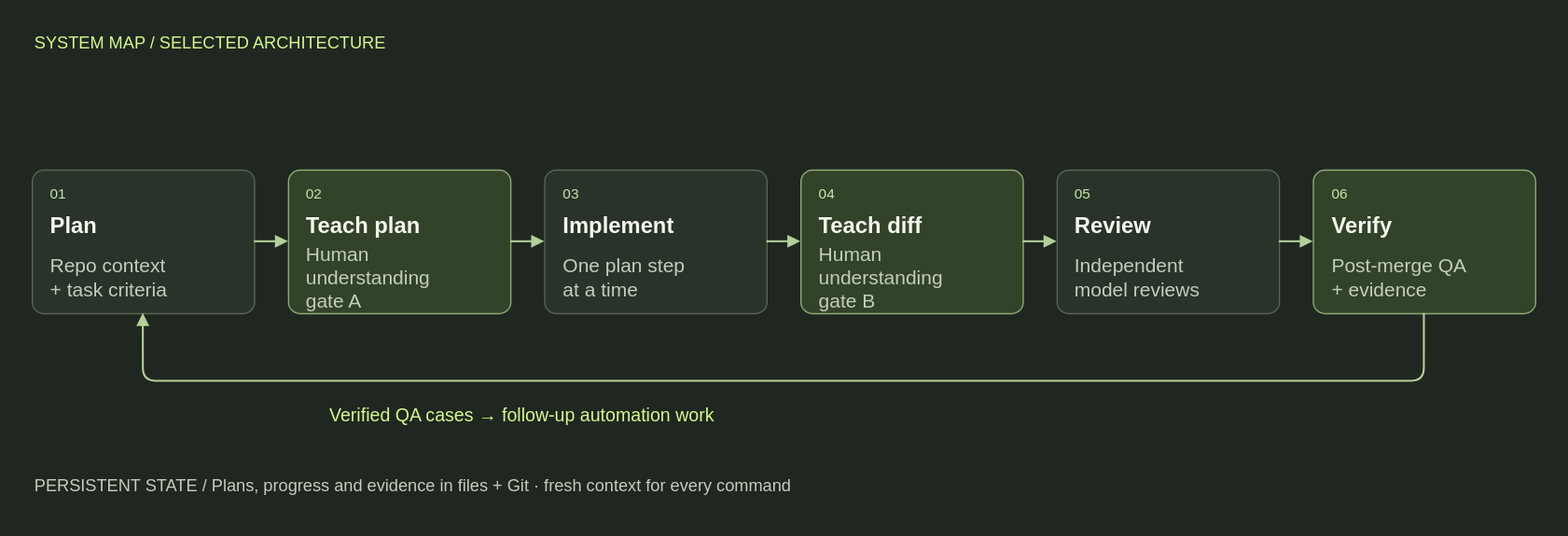
This is images/agents/workflow-technical.svg from youngfreezy/youngfreezy.github.io, a draw.io export, as it was before one commit. Source tidied: cells renumbered, new cells last; positions are measured from the earlier drawing's top-left corner, leaving out a move shared by most shapes.
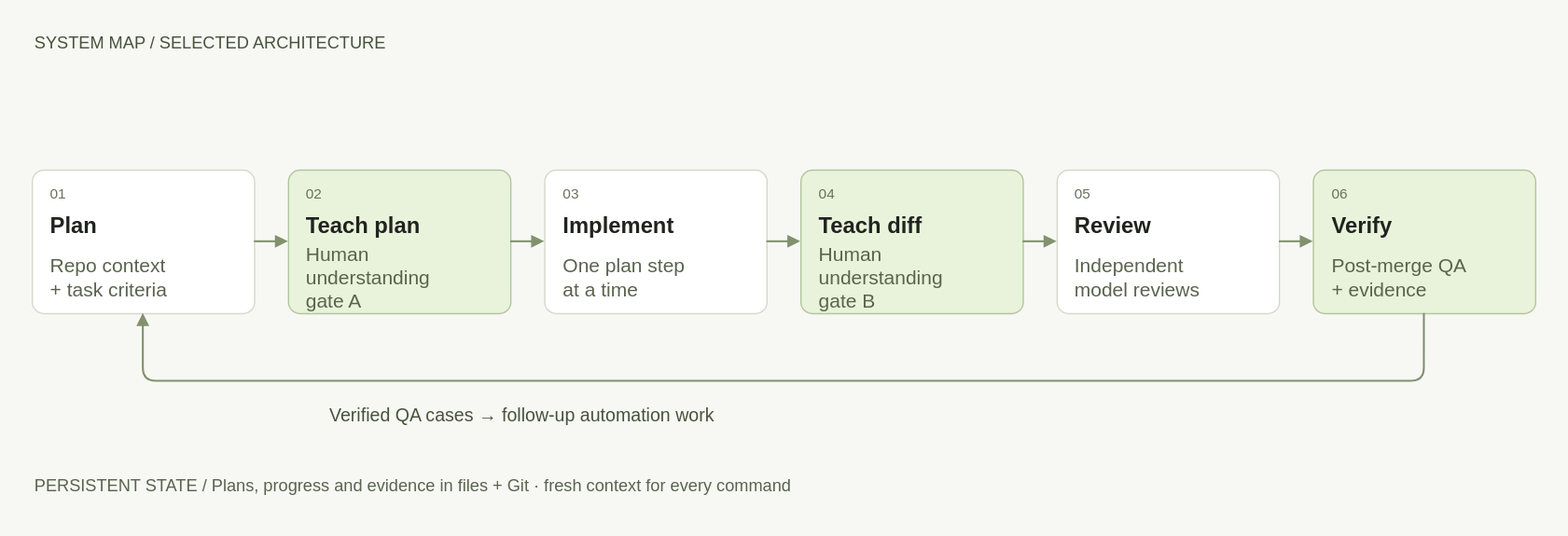
The same file after the commit.

The edit, as a diff of the source:
```diff
@@ -1,101 +1,101 @@
-<mxGraphModel background="#202720">
+<mxGraphModel background="#f7f8f4">
   <root>
     <mxCell id="0" />
     <mxCell id="1" parent="0" />
-    <mxCell id="2" style="html=1;fontFamily=Helvetica;fontColor=#f4f6ed;strokeColor=none;fillColor=#202720;" parent="1" vertex="1">
+    <mxCell id="2" style="html=1;fontFamily=Helvetica;fontColor=#20231f;strokeColor=none;fillColor=#f7f8f4;" parent="1" vertex="1">
       <mxGeometry width="1200" height="410" as="geometry" />
     </mxCell>
-    <mxCell id="3" value="SYSTEM MAP  /  SELECTED ARCHITECTURE" style="html=1;fontFamily=Helvetica;fontColor=#f4f6ed;text;whiteSpace=wrap;strokeColor=none;fillColor=none;align=left;verticalAlign=middle;fontSize=13;fontColor=#d3f993;fontStyle=0;" parent="1" vertex="1">
+    <mxCell id="3" value="SYSTEM MAP  /  SELECTED ARCHITECTURE" style="html=1;fontFamily=Helvetica;fontColor=#20231f;text;whiteSpace=wrap;strokeColor=none;fillColor=none;align=left;verticalAlign=middle;fontSize=13;fontColor=#47523b;fontStyle=0;" parent="1" vertex="1">
       <mxGeometry x="24" y="18" width="1152" height="28" as="geometry" />
     </mxCell>
-    <mxCell id="4" style="html=1;fontFamily=Helvetica;fontColor=#f4f6ed;rounded=1;arcSize=8;fillColor=#2a332a;strokeColor=#596451;strokeWidth=1;" parent="1" vertex="1">
+    <mxCell id="4" style="html=1;fontFamily=Helvetica;fontColor=#20231f;rounded=1;arcSize=8;fillColor=#ffffff;strokeColor=#d3d9ca;strokeWidth=1;" parent="1" vertex="1">
       <mxGeometry x="24" y="130" width="170.3" height="110" as="geometry" />
     </mxCell>
-    <mxCell id="5" value="01" style="html=1;fontFamily=Helvetica;fontColor=#f4f6ed;text;whiteSpace=wrap;strokeColor=none;fillColor=none;align=left;verticalAlign=middle;fontSize=11;fontColor=#c7e6a9;fontStyle=0;" parent="4" vertex="1">
+    <mxCell id="5" value="01" style="html=1;fontFamily=Helvetica;fontColor=#20231f;text;whiteSpace=wrap;strokeColor=none;fillColor=none;align=left;verticalAlign=middle;fontSize=11;fontColor=#68725c;fontStyle=0;" parent="4" vertex="1">
       <mxGeometry x="12" y="8" width="30" height="20" as="geometry" />
     </mxCell>
-    <mxCell id="6" value="Plan" style="html=1;fontFamily=Helvetica;fontColor=#f4f6ed;text;whiteSpace=wrap;strokeColor=none;fillColor=none;align=left;verticalAlign=middle;fontSize=17;fontColor=#f4f6ed;fontStyle=1;" parent="4" vertex="1">
+    <mxCell id="6" value="Plan" style="html=1;fontFamily=Helvetica;fontColor=#20231f;text;whiteSpace=wrap;strokeColor=none;fillColor=none;align=left;verticalAlign=middle;fontSize=17;fontColor=#20231f;fontStyle=1;" parent="4" vertex="1">
       <mxGeometry x="12" y="31" width="146.3" height="26" as="geometry" />
     </mxCell>
-    <mxCell id="7" value="Repo context&#10;+ task criteria" style="html=1;fontFamily=Helvetica;fontColor=#f4f6ed;text;whiteSpace=wrap;strokeColor=none;fillColor=none;align=left;verticalAlign=middle;fontSize=15;fontColor=#c4cdbd;fontStyle=0;" parent="4" vertex="1">
+    <mxCell id="7" value="Repo context&#10;+ task criteria" style="html=1;fontFamily=Helvetica;fontColor=#20231f;text;whiteSpace=wrap;strokeColor=none;fillColor=none;align=left;verticalAlign=middle;fontSize=15;fontColor=#59634e;fontStyle=0;" parent="4" vertex="1">
       <mxGeometry x="12" y="62" width="146.3" height="40" as="geometry" />
     </mxCell>
-    <mxCell id="8" style="html=1;fontFamily=Helvetica;fontColor=#f4f6ed;rounded=1;arcSize=8;fillColor=#33432a;strokeColor=#8eaa75;strokeWidth=1;" parent="1" vertex="1">
+    <mxCell id="8" style="html=1;fontFamily=Helvetica;fontColor=#20231f;rounded=1;arcSize=8;fillColor=#e9f3db;strokeColor=#b2c59a;strokeWidth=1;" parent="1" vertex="1">
       <mxGeometry x="220.3" y="130" width="170.3" height="110" as="geometry" />
     </mxCell>
-    <mxCell id="9" value="02" style="html=1;fontFamily=Helvetica;fontColor=#f4f6ed;text;whiteSpace=wrap;strokeColor=none;fillColor=none;align=left;verticalAlign=middle;fontSize=11;fontColor=#c7e6a9;fontStyle=0;" parent="8" vertex="1">
+    <mxCell id="9" value="02" style="html=1;fontFamily=Helvetica;fontColor=#20231f;text;whiteSpace=wrap;strokeColor=none;fillColor=none;align=left;verticalAlign=middle;fontSize=11;fontColor=#68725c;fontStyle=0;" parent="8" vertex="1">
       <mxGeometry x="12" y="8" width="30" height="20" as="geometry" />
     </mxCell>
-    <mxCell id="10" value="Teach plan" style="html=1;fontFamily=Helvetica;fontColor=#f4f6ed;text;whiteSpace=wrap;strokeColor=none;fillColor=none;align=left;verticalAlign=middle;fontSize=17;fontColor=#f4f6ed;fontStyle=1;" parent="8" vertex="1">
+    <mxCell id="10" value="Teach plan" style="html=1;fontFamily=Helvetica;fontColor=#20231f;text;whiteSpace=wrap;strokeColor=none;fillColor=none;align=left;verticalAlign=middle;fontSize=17;fontColor=#20231f;fontStyle=1;" parent="8" vertex="1">
       <mxGeometry x="12" y="31" width="146.3" height="26" as="geometry" />
     </mxCell>
-    <mxCell id="11" value="Human understanding&#10;gate A" style="html=1;fontFamily=Helvetica;fontColor=#f4f6ed;text;whiteSpace=wrap;strokeColor=none;fillColor=none;align=left;verticalAlign=middle;fontSize=15;fontColor=#c4cdbd;fontStyle=0;" parent="8" vertex="1">
+    <mxCell id="11" value="Human understanding&#10;gate A" style="html=1;fontFamily=Helvetica;fontColor=#20231f;text;whiteSpace=wrap;strokeColor=none;fillColor=none;align=left;verticalAlign=middle;fontSize=15;fontColor=#59634e;fontStyle=0;" parent="8" vertex="1">
       <mxGeometry x="12" y="62" width="146.3" height="40" as="geometry" />
     </mxCell>
-    <mxCell id="12" style="html=1;fontFamily=Helvetica;fontColor=#f4f6ed;rounded=1;arcSize=8;fillColor=#2a332a;strokeColor=#596451;strokeWidth=1;" parent="1" vertex="1">
+    <mxCell id="12" style="html=1;fontFamily=Helvetica;fontColor=#20231f;rounded=1;arcSize=8;fillColor=#ffffff;strokeColor=#d3d9ca;strokeWidth=1;" parent="1" vertex="1">
       <mxGeometry x="416.7" y="130" width="170.3" height="110" as="geometry" />
     </mxCell>
-    <mxCell id="13" value="03" style="html=1;fontFamily=Helvetica;fontColor=#f4f6ed;text;whiteSpace=wrap;strokeColor=none;fillColor=none;align=left;verticalAlign=middle;fontSize=11;fontColor=#c7e6a9;fontStyle=0;" parent="12" vertex="1">
+    <mxCell id="13" value="03" style="html=1;fontFamily=Helvetica;fontColor=#20231f;text;whiteSpace=wrap;strokeColor=none;fillColor=none;align=left;verticalAlign=middle;fontSize=11;fontColor=#68725c;fontStyle=0;" parent="12" vertex="1">
       <mxGeometry x="12" y="8" width="30" height="20" as="geometry" />
     </mxCell>
-    <mxCell id="14" value="Implement" style="html=1;fontFamily=Helvetica;fontColor=#f4f6ed;text;whiteSpace=wrap;strokeColor=none;fillColor=none;align=left;verticalAlign=middle;fontSize=17;fontColor=#f4f6ed;fontStyle=1;" parent="12" vertex="1">
+    <mxCell id="14" value="Implement" style="html=1;fontFamily=Helvetica;fontColor=#20231f;text;whiteSpace=wrap;strokeColor=none;fillColor=none;align=left;verticalAlign=middle;fontSize=17;fontColor=#20231f;fontStyle=1;" parent="12" vertex="1">
       <mxGeometry x="12" y="31" width="146.3" height="26" as="geometry" />
     </mxCell>
-    <mxCell id="15" value="One plan step&#10;at a time" style="html=1;fontFamily=Helvetica;fontColor=#f4f6ed;text;whiteSpace=wrap;strokeColor=none;fillColor=none;align=left;verticalAlign=middle;fontSize=15;fontColor=#c4cdbd;fontStyle=0;" parent="12" vertex="1">
+    <mxCell id="15" value="One plan step&#10;at a time" style="html=1;fontFamily=Helvetica;fontColor=#20231f;text;whiteSpace=wrap;strokeColor=none;fillColor=none;align=left;verticalAlign=middle;fontSize=15;fontColor=#59634e;fontStyle=0;" parent="12" vertex="1">
       <mxGeometry x="12" y="62" width="146.3" height="40" as="geometry" />
     </mxCell>
-    <mxCell id="16" style="html=1;fontFamily=Helvetica;fontColor=#f4f6ed;rounded=1;arcSize=8;fillColor=#33432a;strokeColor=#8eaa75;strokeWidth=1;" parent="1" vertex="1">
+    <mxCell id="16" style="html=1;fontFamily=Helvetica;fontColor=#20231f;rounded=1;arcSize=8;fillColor=#e9f3db;strokeColor=#b2c59a;strokeWidth=1;" parent="1" vertex="1">
       <mxGeometry x="613" y="130" width="170.3" height="110" as="geometry" />
     </mxCell>
-    <mxCell id="17" value="04" style="html=1;fontFamily=Helvetica;fontColor=#f4f6ed;text;whiteSpace=wrap;strokeColor=none;fillColor=none;align=left;verticalAlign=middle;fontSize=11;fontColor=#c7e6a9;fontStyle=0;" parent="16" vertex="1">
+    <mxCell id="17" value="04" style="html=1;fontFamily=Helvetica;fontColor=#20231f;text;whiteSpace=wrap;strokeColor=none;fillColor=none;align=left;verticalAlign=middle;fontSize=11;fontColor=#68725c;fontStyle=0;" parent="16" vertex="1">
       <mxGeometry x="12" y="8" width="30" height="20" as="geometry" />
     </mxCell>
-    <mxCell id="18" value="Teach diff" style="html=1;fontFamily=Helvetica;fontColor=#f4f6ed;text;whiteSpace=wrap;strokeColor=none;fillColor=none;align=left;verticalAlign=middle;fontSize=17;fontColor=#f4f6ed;fontStyle=1;" parent="16" vertex="1">
+    <mxCell id="18" value="Teach diff" style="html=1;fontFamily=Helvetica;fontColor=#20231f;text;whiteSpace=wrap;strokeColor=none;fillColor=none;align=left;verticalAlign=middle;fontSize=17;fontColor=#20231f;fontStyle=1;" parent="16" vertex="1">
       <mxGeometry x="12" y="31" width="146.3" height="26" as="geometry" />
     </mxCell>
-    <mxCell id="19" value="Human understanding&#10;gate B" style="html=1;fontFamily=Helvetica;fontColor=#f4f6ed;text;whiteSpace=wrap;strokeColor=none;fillColor=none;align=left;verticalAlign=middle;fontSize=15;fontColor=#c4cdbd;fontStyle=0;" parent="16" vertex="1">
+    <mxCell id="19" value="Human understanding&#10;gate B" style="html=1;fontFamily=Helvetica;fontColor=#20231f;text;whiteSpace=wrap;strokeColor=none;fillColor=none;align=left;verticalAlign=middle;fontSize=15;fontColor=#59634e;fontStyle=0;" parent="16" vertex="1">
       <mxGeometry x="12" y="62" width="146.3" height="40" as="geometry" />
     </mxCell>
-    <mxCell id="20" style="html=1;fontFamily=Helvetica;fontColor=#f4f6ed;rounded=1;arcSize=8;fillColor=#2a332a;strokeColor=#596451;strokeWidth=1;" parent="1" vertex="1">
+    <mxCell id="20" style="html=1;fontFamily=Helvetica;fontColor=#20231f;rounded=1;arcSize=8;fillColor=#ffffff;strokeColor=#d3d9ca;strokeWidth=1;" parent="1" vertex="1">
       <mxGeometry x="809.3" y="130" width="170.3" height="110" as="geometry" />
     </mxCell>
-    <mxCell id="21" value="05" style="html=1;fontFamily=Helvetica;fontColor=#f4f6ed;text;whiteSpace=wrap;strokeColor=none;fillColor=none;align=left;verticalAlign=middle;fontSize=11;fontColor=#c7e6a9;fontStyle=0;" parent="20" vertex="1">
+    <mxCell id="21" value="05" style="html=1;fontFamily=Helvetica;fontColor=#20231f;text;whiteSpace=wrap;strokeColor=none;fillColor=none;align=left;verticalAlign=middle;fontSize=11;fontColor=#68725c;fontStyle=0;" parent="20" vertex="1">
       <mxGeometry x="12" y="8" width="30" height="20" as="geometry" />
     </mxCell>
-    <mxCell id="22" value="Review" style="html=1;fontFamily=Helvetica;fontColor=#f4f6ed;text;whiteSpace=wrap;strokeColor=none;fillColor=none;align=left;verticalAlign=middle;fontSize=17;fontColor=#f4f6ed;fontStyle=1;" parent="20" vertex="1">
+    <mxCell id="22" value="Review" style="html=1;fontFamily=Helvetica;fontColor=#20231f;text;whiteSpace=wrap;strokeColor=none;fillColor=none;align=left;verticalAlign=middle;fontSize=17;fontColor=#20231f;fontStyle=1;" parent="20" vertex="1">
       <mxGeometry x="12" y="31" width="146.3" height="26" as="geometry" />
     </mxCell>
-    <mxCell id="23" value="Independent&#10;model reviews" style="html=1;fontFamily=Helvetica;fontColor=#f4f6ed;text;whiteSpace=wrap;strokeColor=none;fillColor=none;align=left;verticalAlign=middle;fontSize=15;fontColor=#c4cdbd;fontStyle=0;" parent="20" vertex="1">
+    <mxCell id="23" value="Independent&#10;model reviews" style="html=1;fontFamily=Helvetica;fontColor=#20231f;text;whiteSpace=wrap;strokeColor=none;fillColor=none;align=left;verticalAlign=middle;fontSize=15;fontColor=#59634e;fontStyle=0;" parent="20" vertex="1">
       <mxGeometry x="12" y="62" width="146.3" height="40" as="geometry" />
     </mxCell>
-    <mxCell id="24" style="html=1;fontFamily=Helvetica;fontColor=#f4f6ed;rounded=1;arcSize=8;fillColor=#33432a;strokeColor=#8eaa75;strokeWidth=1;" parent="1" vertex="1">
+    <mxCell id="24" style="html=1;fontFamily=Helvetica;fontColor=#20231f;rounded=1;arcSize=8;fillColor=#e9f3db;strokeColor=#b2c59a;strokeWidth=1;" parent="1" vertex="1">
       <mxGeometry x="1005.7" y="130" width="170.3" height="110" as="geometry" />
     </mxCell>
-    <mxCell id="25" value="06" style="html=1;fontFamily=Helvetica;fontColor=#f4f6ed;text;whiteSpace=wrap;strokeColor=none;fillColor=none;align=left;verticalAlign=middle;fontSize=11;fontColor=#c7e6a9;fontStyle=0;" parent="24" vertex="1">
+    <mxCell id="25" value="06" style="html=1;fontFamily=Helvetica;fontColor=#20231f;text;whiteSpace=wrap;strokeColor=none;fillColor=none;align=left;verticalAlign=middle;fontSize=11;fontColor=#68725c;fontStyle=0;" parent="24" vertex="1">
       <mxGeometry x="12" y="8" width="30" height="20" as="geometry" />
     </mxCell>
-    <mxCell id="26" value="Verify" style="html=1;fontFamily=Helvetica;fontColor=#f4f6ed;text;whiteSpace=wrap;strokeColor=none;fillColor=none;align=left;verticalAlign=middle;fontSize=17;fontColor=#f4f6ed;fontStyle=1;" parent="24" vertex="1">
+    <mxCell id="26" value="Verify" style="html=1;fontFamily=Helvetica;fontColor=#20231f;text;whiteSpace=wrap;strokeColor=none;fillColor=none;align=left;verticalAlign=middle;fontSize=17;fontColor=#20231f;fontStyle=1;" parent="24" vertex="1">
       <mxGeometry x="12" y="31" width="146.3" height="26" as="geometry" />
     </mxCell>
-    <mxCell id="27" value="Post-merge QA&#10;+ evidence" style="html=1;fontFamily=Helvetica;fontColor=#f4f6ed;text;whiteSpace=wrap;strokeColor=none;fillColor=none;align=left;verticalAlign=middle;fontSize=15;fontColor=#c4cdbd;fontStyle=0;" parent="24" vertex="1">
+    <mxCell id="27" value="Post-merge QA&#10;+ evidence" style="html=1;fontFamily=Helvetica;fontColor=#20231f;text;whiteSpace=wrap;strokeColor=none;fillColor=none;align=left;verticalAlign=middle;fontSize=15;fontColor=#59634e;fontStyle=0;" parent="24" vertex="1">
       <mxGeometry x="12" y="62" width="146.3" height="40" as="geometry" />
     </mxCell>
-    <mxCell id="28" style="edgeStyle=orthogonalEdgeStyle;rounded=1;jettySize=auto;strokeColor=#b4cf99;strokeWidth=1.5;endArrow=block;endFill=1;exitX=1;exitY=.5;entryX=0;entryY=.5;" parent="1" edge="1" source="4" target="8">
+    <mxCell id="28" style="edgeStyle=orthogonalEdgeStyle;rounded=1;jettySize=auto;strokeColor=#82916e;strokeWidth=1.5;endArrow=block;endFill=1;exitX=1;exitY=.5;entryX=0;entryY=.5;" parent="1" edge="1" source="4" target="8">
       <mxGeometry relative="1" as="geometry" />
     </mxCell>
-    <mxCell id="29" style="edgeStyle=orthogonalEdgeStyle;rounded=1;jettySize=auto;strokeColor=#b4cf99;strokeWidth=1.5;endArrow=block;endFill=1;exitX=1;exitY=.5;entryX=0;entryY=.5;" parent="1" edge="1" source="8" target="12">
+    <mxCell id="29" style="edgeStyle=orthogonalEdgeStyle;rounded=1;jettySize=auto;strokeColor=#82916e;strokeWidth=1.5;endArrow=block;endFill=1;exitX=1;exitY=.5;entryX=0;entryY=.5;" parent="1" edge="1" source="8" target="12">
       <mxGeometry relative="1" as="geometry" />
     </mxCell>
-    <mxCell id="30" style="edgeStyle=orthogonalEdgeStyle;rounded=1;jettySize=auto;strokeColor=#b4cf99;strokeWidth=1.5;endArrow=block;endFill=1;exitX=1;exitY=.5;entryX=0;entryY=.5;" parent="1" edge="1" source="12" target="16">
+    <mxCell id="30" style="edgeStyle=orthogonalEdgeStyle;rounded=1;jettySize=auto;strokeColor=#82916e;strokeWidth=1.5;endArrow=block;endFill=1;exitX=1;exitY=.5;entryX=0;entryY=.5;" parent="1" edge="1" source="12" target="16">
       <mxGeometry relative="1" as="geometry" />
     </mxCell>
-    <mxCell id="31" style="edgeStyle=orthogonalEdgeStyle;rounded=1;jettySize=auto;strokeColor=#b4cf99;strokeWidth=1.5;endArrow=block;endFill=1;exitX=1;exitY=.5;entryX=0;entryY=.5;" parent="1" edge="1" source="16" target="20">
+    <mxCell id="31" style="edgeStyle=orthogonalEdgeStyle;rounded=1;jettySize=auto;strokeColor=#82916e;strokeWidth=1.5;endArrow=block;endFill=1;exitX=1;exitY=.5;entryX=0;entryY=.5;" parent="1" edge="1" source="16" target="20">
       <mxGeometry relative="1" as="geometry" />
     </mxCell>
-    <mxCell id="32" style="edgeStyle=orthogonalEdgeStyle;rounded=1;jettySize=auto;strokeColor=#b4cf99;strokeWidth=1.5;endArrow=block;endFill=1;exitX=1;exitY=.5;entryX=0;entryY=.5;" parent="1" edge="1" source="20" target="24">
+    <mxCell id="32" style="edgeStyle=orthogonalEdgeStyle;rounded=1;jettySize=auto;strokeColor=#82916e;strokeWidth=1.5;endArrow=block;endFill=1;exitX=1;exitY=.5;entryX=0;entryY=.5;" parent="1" edge="1" source="20" target="24">
       <mxGeometry relative="1" as="geometry" />
     </mxCell>
-    <mxCell id="33" style="edgeStyle=orthogonalEdgeStyle;rounded=1;jettySize=auto;strokeColor=#b4cf99;strokeWidth=1.5;endArrow=block;endFill=1;exitX=.5;exitY=1;entryX=.5;entryY=1;" parent="1" edge="1" source="24" target="4">
+    <mxCell id="33" style="edgeStyle=orthogonalEdgeStyle;rounded=1;jettySize=auto;strokeColor=#82916e;strokeWidth=1.5;endArrow=block;endFill=1;exitX=.5;exitY=1;entryX=.5;entryY=1;" parent="1" edge="1" source="24" target="4">
       <mxGeometry relative="1" as="geometry">
         <Array as="points">
           <mxPoint x="1090.8" y="292" />
@@ -103,10 +103,10 @@
         </Array>
       </mxGeometry>
     </mxCell>
-    <mxCell id="34" value="Verified QA cases → follow-up automation work" style="html=1;fontFamily=Helvetica;fontColor=#f4f6ed;text;whiteSpace=wrap;strokeColor=none;fillColor=none;align=left;verticalAlign=middle;fontSize=14;fontColor=#d3f993;fontStyle=0;" parent="1" vertex="1">
+    <mxCell id="34" value="Verified QA cases → follow-up automation work" style="html=1;fontFamily=Helvetica;fontColor=#20231f;text;whiteSpace=wrap;strokeColor=none;fillColor=none;align=left;verticalAlign=middle;fontSize=14;fontColor=#47523b;fontStyle=0;" parent="1" vertex="1">
       <mxGeometry x="250" y="305" width="700" height="26" as="geometry" />
     </mxCell>
-    <mxCell id="35" value="PERSISTENT STATE  /  Plans, progress and evidence in files + Git · fresh context for every command" style="html=1;fontFamily=Helvetica;fontColor=#f4f6ed;text;whiteSpace=wrap;strokeColor=none;fillColor=none;align=left;verticalAlign=middle;fontSize=13;fontColor=#c4cdbd;fontStyle=0;" parent="1" vertex="1">
+    <mxCell id="35" value="PERSISTENT STATE  /  Plans, progress and evidence in files + Git · fresh context for every command" style="html=1;fontFamily=Helvetica;fontColor=#20231f;text;whiteSpace=wrap;strokeColor=none;fillColor=none;align=left;verticalAlign=middle;fontSize=13;fontColor=#59634e;fontStyle=0;" parent="1" vertex="1">
       <mxGeometry x="24" y="350" width="1152" height="44" as="geometry" />
     </mxCell>
   </root>
```
